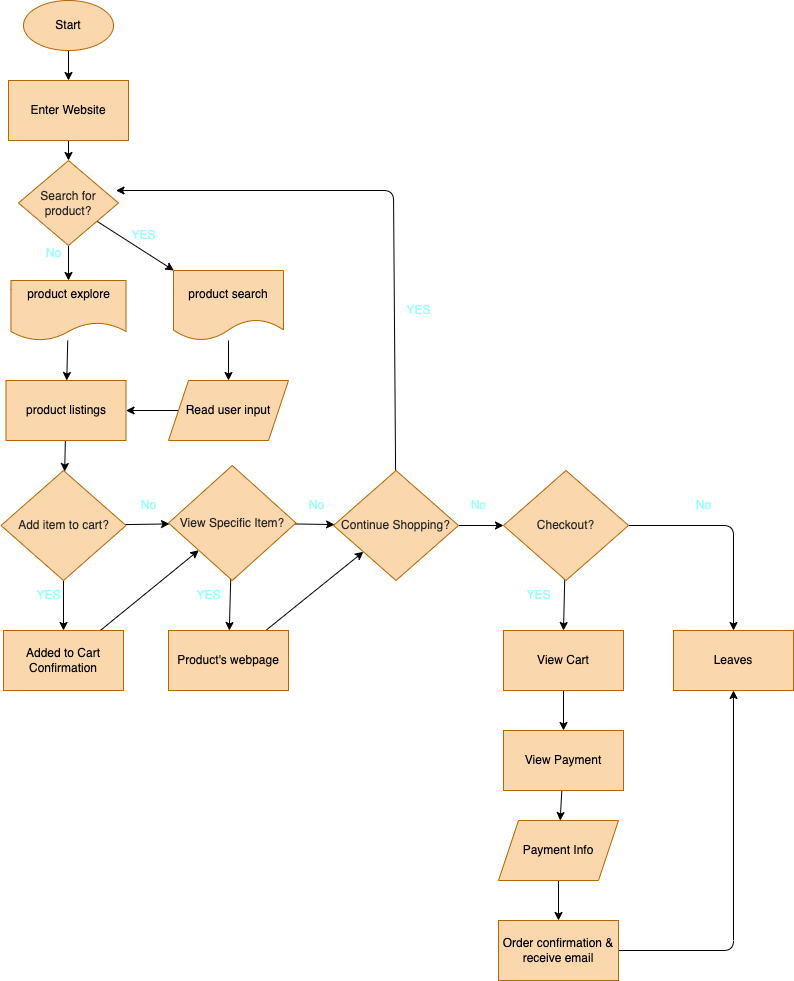
Earlier version of the draw.io export explore/diagramming/diagram.drawio.png (Jackson-Wang-0/fa22-cse110-lab4). Source tidied: cells renumbered, new cells last; positions are measured from the earlier drawing's top-left corner, leaving out a move shared by most shapes.
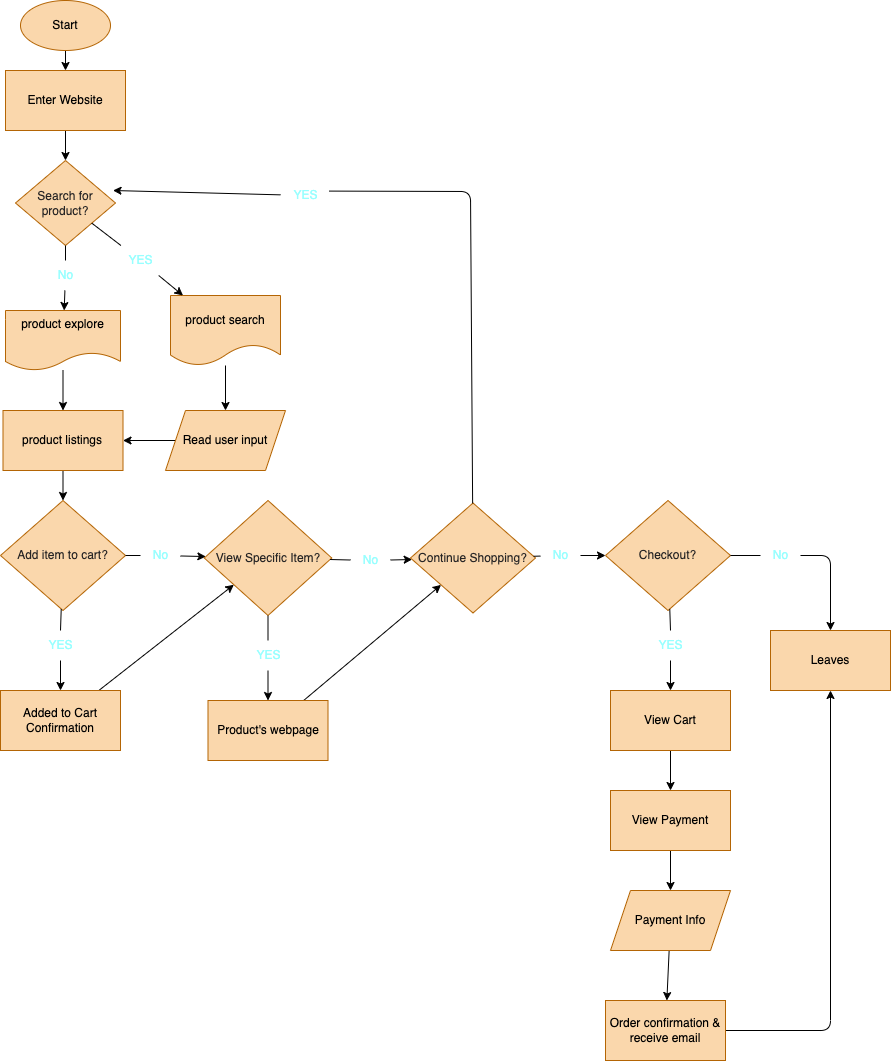
After the change.

What changed in the source:
```diff
@@ -12,157 +12,187 @@
       <mxGeometry relative="1" as="geometry" />
     </mxCell>
     <mxCell id="5" value="&lt;font color=&quot;#000000&quot;&gt;Enter Website&lt;/font&gt;" style="rounded=0;whiteSpace=wrap;html=1;fillColor=#fad7ac;strokeColor=#b46504;" parent="1" vertex="1">
-      <mxGeometry x="7" y="80" width="120" height="60" as="geometry" />
+      <mxGeometry x="7" y="70" width="120" height="60" as="geometry" />
     </mxCell>
     <mxCell id="6" style="edgeStyle=none;html=1;fontColor=#000000;" parent="1" edge="1" source="7" target="13">
       <mxGeometry relative="1" as="geometry" />
     </mxCell>
     <mxCell id="7" value="&lt;font color=&quot;#000000&quot;&gt;product explore&lt;br&gt;&lt;br&gt;&lt;/font&gt;" style="shape=document;whiteSpace=wrap;html=1;boundedLbl=1;fillColor=#fad7ac;strokeColor=#b46504;" parent="1" vertex="1">
-      <mxGeometry x="9.5" y="280" width="115" height="60" as="geometry" />
+      <mxGeometry x="7" y="310" width="115" height="60" as="geometry" />
     </mxCell>
     <mxCell id="8" style="edgeStyle=none;html=1;entryX=0.5;entryY=0;entryDx=0;entryDy=0;fontColor=#000000;" parent="1" edge="1" source="9" target="11">
       <mxGeometry relative="1" as="geometry" />
     </mxCell>
     <mxCell id="9" value="&lt;font color=&quot;#000000&quot;&gt;product search&lt;/font&gt;" style="shape=document;whiteSpace=wrap;html=1;boundedLbl=1;fillColor=#fad7ac;strokeColor=#b46504;" parent="1" vertex="1">
-      <mxGeometry x="172" y="270" width="110" height="70" as="geometry" />
+      <mxGeometry x="172" y="295" width="110" height="70" as="geometry" />
     </mxCell>
     <mxCell id="10" style="edgeStyle=none;html=1;fontColor=#FFFFFF;" parent="1" edge="1" source="11" target="13">
       <mxGeometry relative="1" as="geometry" />
     </mxCell>
     <mxCell id="11" value="&lt;font color=&quot;#000000&quot;&gt;Read user input&lt;br&gt;&lt;/font&gt;" style="shape=parallelogram;perimeter=parallelogramPerimeter;whiteSpace=wrap;html=1;fixedSize=1;fillColor=#fad7ac;strokeColor=#b46504;" parent="1" vertex="1">
-      <mxGeometry x="167" y="380" width="120" height="60" as="geometry" />
+      <mxGeometry x="167" y="410" width="120" height="60" as="geometry" />
     </mxCell>
     <mxCell id="12" style="edgeStyle=none;html=1;fontColor=#FFFFFF;" parent="1" edge="1" source="13" target="16">
       <mxGeometry relative="1" as="geometry" />
     </mxCell>
     <mxCell id="13" value="&lt;font color=&quot;#000000&quot;&gt;product listings&lt;/font&gt;" style="rounded=0;whiteSpace=wrap;html=1;fillColor=#fad7ac;strokeColor=#b46504;" parent="1" vertex="1">
-      <mxGeometry x="4.5" y="380" width="120" height="60" as="geometry" />
+      <mxGeometry x="4.5" y="410" width="120" height="60" as="geometry" />
     </mxCell>
-    <mxCell id="14" style="edgeStyle=none;html=1;fontColor=#FFFFFF;" parent="1" edge="1" source="16" target="19">
+    <mxCell id="14" style="edgeStyle=none;html=1;fontColor=#FFFFFF;startArrow=none;" parent="1" edge="1" source="24" target="19">
       <mxGeometry relative="1" as="geometry" />
     </mxCell>
-    <mxCell id="15" style="edgeStyle=none;html=1;entryX=0.5;entryY=0;entryDx=0;entryDy=0;fontColor=#FFFFFF;" parent="1" edge="1" source="16" target="26">
+    <mxCell id="15" style="edgeStyle=none;html=1;entryX=0.5;entryY=0;entryDx=0;entryDy=0;fontColor=#FFFFFF;startArrow=none;" parent="1" edge="1" source="20" target="26">
       <mxGeometry relative="1" as="geometry" />
     </mxCell>
     <mxCell id="16" value="Add item to cart?" style="rhombus;whiteSpace=wrap;html=1;fillColor=#fad7ac;strokeColor=#b46504;fontColor=#272525;" parent="1" vertex="1">
-      <mxGeometry x="-0.5" y="470" width="125" height="110" as="geometry" />
+      <mxGeometry x="2" y="500" width="125" height="110" as="geometry" />
     </mxCell>
-    <mxCell id="17" style="edgeStyle=none;html=1;fontColor=#FFFFFF;" parent="1" edge="1" source="19" target="23">
+    <mxCell id="17" style="edgeStyle=none;html=1;fontColor=#FFFFFF;startArrow=none;" parent="1" edge="1" source="27" target="23">
       <mxGeometry relative="1" as="geometry" />
     </mxCell>
-    <mxCell id="18" style="edgeStyle=none;html=1;fontColor=#FFFFFF;" parent="1" edge="1" source="19" target="29">
+    <mxCell id="18" style="edgeStyle=none;html=1;fontColor=#FFFFFF;startArrow=none;" parent="1" edge="1" source="30" target="29">
       <mxGeometry relative="1" as="geometry" />
     </mxCell>
     <mxCell id="19" value="View Specific Item?" style="rhombus;whiteSpace=wrap;html=1;fillColor=#fad7ac;strokeColor=#b46504;fontColor=#272525;" parent="1" vertex="1">
-      <mxGeometry x="167" y="465" width="127.5" height="115" as="geometry" />
+      <mxGeometry x="205.8" y="500" width="127.5" height="115" as="geometry" />
     </mxCell>
-    <mxCell id="20" value="&lt;font&gt;YES&lt;/font&gt;" style="text;html=1;align=center;verticalAlign=middle;points=[];strokeColor=none;fillColor=none;fontColor=#99FFFF;" parent="1" vertex="1">
-      <mxGeometry x="22" y="580" width="50" height="30" as="geometry" />
-    </mxCell>
-    <mxCell id="21" style="edgeStyle=none;html=1;entryX=0.975;entryY=0.353;entryDx=0;entryDy=0;entryPerimeter=0;fontColor=#FFFFFF;" parent="1" edge="1" source="23" target="33">
-      <mxGeometry relative="1" as="geometry">
-        <Array as="points">
-          <mxPoint x="392" y="190" />
-        </Array>
-      </mxGeometry>
+    <mxCell id="21" style="edgeStyle=none;html=1;entryX=0.975;entryY=0.353;entryDx=0;entryDy=0;entryPerimeter=0;fontColor=#FFFFFF;startArrow=none;" parent="1" edge="1" source="36" target="33">
+      <mxGeometry relative="1" as="geometry" />
     </mxCell>
-    <mxCell id="22" style="edgeStyle=none;html=1;fontColor=#FFFFFF;" parent="1" edge="1" source="23" target="39">
+    <mxCell id="22" style="edgeStyle=none;html=1;fontColor=#FFFFFF;startArrow=none;" parent="1" edge="1" source="40" target="39">
       <mxGeometry relative="1" as="geometry" />
     </mxCell>
     <mxCell id="23" value="Continue Shopping?" style="rhombus;whiteSpace=wrap;html=1;fillColor=#fad7ac;strokeColor=#b46504;fontColor=#272525;" parent="1" vertex="1">
-      <mxGeometry x="332" y="470" width="125" height="110" as="geometry" />
+      <mxGeometry x="412" y="502.5" width="125" height="110" as="geometry" />
     </mxCell>
-    <mxCell id="24" value="No" style="text;html=1;align=center;verticalAlign=middle;points=[];strokeColor=none;fillColor=none;fontColor=#99FFFF;" parent="1" vertex="1">
-      <mxGeometry x="127" y="490" width="40" height="30" as="geometry" />
-    </mxCell>
     <mxCell id="25" style="edgeStyle=none;html=1;fontColor=#FFFFFF;" parent="1" edge="1" source="26" target="19">
       <mxGeometry relative="1" as="geometry" />
     </mxCell>
     <mxCell id="26" value="&lt;font color=&quot;#000000&quot;&gt;Added to Cart Confirmation&lt;/font&gt;" style="rounded=0;whiteSpace=wrap;html=1;fillColor=#fad7ac;strokeColor=#b46504;" parent="1" vertex="1">
-      <mxGeometry x="2" y="630" width="120" height="60" as="geometry" />
+      <mxGeometry x="2" y="690" width="120" height="60" as="geometry" />
     </mxCell>
-    <mxCell id="27" value="No" style="text;html=1;align=center;verticalAlign=middle;points=[];strokeColor=none;fillColor=none;fontColor=#99FFFF;" parent="1" vertex="1">
-      <mxGeometry x="294.5" y="490" width="40" height="30" as="geometry" />
-    </mxCell>
     <mxCell id="28" style="edgeStyle=none;html=1;fontColor=#FFFFFF;" parent="1" edge="1" source="29" target="23">
       <mxGeometry relative="1" as="geometry" />
     </mxCell>
     <mxCell id="29" value="&lt;font color=&quot;#000000&quot;&gt;Product's webpage&lt;br&gt;&lt;/font&gt;" style="rounded=0;whiteSpace=wrap;html=1;fillColor=#fad7ac;strokeColor=#b46504;" parent="1" vertex="1">
-      <mxGeometry x="167" y="630" width="120" height="60" as="geometry" />
+      <mxGeometry x="209.5" y="700" width="120" height="60" as="geometry" />
     </mxCell>
-    <mxCell id="30" value="&lt;font&gt;YES&lt;/font&gt;" style="text;html=1;align=center;verticalAlign=middle;points=[];strokeColor=none;fillColor=none;fontColor=#99FFFF;" parent="1" vertex="1">
-      <mxGeometry x="182" y="580" width="50" height="30" as="geometry" />
-    </mxCell>
-    <mxCell id="31" style="edgeStyle=none;html=1;fontColor=#FFFFFF;" parent="1" edge="1" source="33" target="7">
+    <mxCell id="31" style="edgeStyle=none;html=1;fontColor=#FFFFFF;startArrow=none;" parent="1" edge="1" source="34" target="7">
       <mxGeometry relative="1" as="geometry" />
     </mxCell>
-    <mxCell id="32" style="edgeStyle=none;html=1;fontColor=#FFFFFF;" parent="1" edge="1" source="33" target="9">
+    <mxCell id="32" style="edgeStyle=none;html=1;fontColor=#FFFFFF;startArrow=none;" parent="1" edge="1" source="35" target="9">
       <mxGeometry relative="1" as="geometry" />
     </mxCell>
     <mxCell id="33" value="Search for product?" style="rhombus;whiteSpace=wrap;html=1;fillColor=#fad7ac;strokeColor=#b46504;fontColor=#272525;" parent="1" vertex="1">
       <mxGeometry x="17" y="160" width="100" height="85" as="geometry" />
     </mxCell>
-    <mxCell id="34" value="No" style="text;html=1;align=center;verticalAlign=middle;points=[];strokeColor=none;fillColor=none;fontColor=#99FFFF;" parent="1" vertex="1">
-      <mxGeometry x="32" y="237.5" width="40" height="30" as="geometry" />
-    </mxCell>
-    <mxCell id="35" value="&lt;font&gt;YES&lt;/font&gt;" style="text;html=1;align=center;verticalAlign=middle;points=[];strokeColor=none;fillColor=none;fontColor=#99FFFF;" parent="1" vertex="1">
-      <mxGeometry x="117" y="220" width="50" height="30" as="geometry" />
-    </mxCell>
-    <mxCell id="36" value="&lt;font&gt;YES&lt;/font&gt;" style="text;html=1;align=center;verticalAlign=middle;points=[];strokeColor=none;fillColor=none;fontColor=#99FFFF;" parent="1" vertex="1">
-      <mxGeometry x="392" y="295" width="50" height="30" as="geometry" />
-    </mxCell>
-    <mxCell id="37" style="edgeStyle=none;html=1;fontColor=#FFFFFF;" parent="1" edge="1" source="39" target="41">
+    <mxCell id="37" style="edgeStyle=none;html=1;fontColor=#FFFFFF;startArrow=none;" parent="1" edge="1" source="42" target="41">
       <mxGeometry relative="1" as="geometry">
         <Array as="points">
-          <mxPoint x="732" y="525" />
+          <mxPoint x="832" y="555" />
         </Array>
       </mxGeometry>
     </mxCell>
-    <mxCell id="38" style="edgeStyle=none;html=1;entryX=0.5;entryY=0;entryDx=0;entryDy=0;fontColor=#FFFFFF;" parent="1" edge="1" source="39" target="44">
+    <mxCell id="38" style="edgeStyle=none;html=1;entryX=0.5;entryY=0;entryDx=0;entryDy=0;fontColor=#FFFFFF;startArrow=none;" parent="1" edge="1" source="45" target="44">
       <mxGeometry relative="1" as="geometry" />
     </mxCell>
     <mxCell id="39" value="Checkout?" style="rhombus;whiteSpace=wrap;html=1;fillColor=#fad7ac;strokeColor=#b46504;fontColor=#272525;" parent="1" vertex="1">
-      <mxGeometry x="502" y="470" width="125" height="110" as="geometry" />
+      <mxGeometry x="607" y="500" width="125" height="110" as="geometry" />
     </mxCell>
-    <mxCell id="40" value="No" style="text;html=1;align=center;verticalAlign=middle;points=[];strokeColor=none;fillColor=none;fontColor=#99FFFF;labelBackgroundColor=default;" parent="1" vertex="1">
-      <mxGeometry x="457" y="490" width="40" height="30" as="geometry" />
-    </mxCell>
     <mxCell id="41" value="&lt;font color=&quot;#000000&quot;&gt;Leaves&lt;br&gt;&lt;/font&gt;" style="rounded=0;whiteSpace=wrap;html=1;fillColor=#fad7ac;strokeColor=#b46504;" parent="1" vertex="1">
-      <mxGeometry x="672" y="630" width="120" height="60" as="geometry" />
+      <mxGeometry x="772" y="630" width="120" height="60" as="geometry" />
     </mxCell>
-    <mxCell id="42" value="No" style="text;html=1;align=center;verticalAlign=middle;points=[];strokeColor=none;fillColor=none;fontColor=#99FFFF;" parent="1" vertex="1">
-      <mxGeometry x="682" y="490" width="40" height="30" as="geometry" />
-    </mxCell>
     <mxCell id="43" style="edgeStyle=none;html=1;entryX=0.5;entryY=0;entryDx=0;entryDy=0;fontColor=#FFFFFF;" parent="1" edge="1" source="44" target="47">
       <mxGeometry relative="1" as="geometry" />
     </mxCell>
     <mxCell id="44" value="&lt;font color=&quot;#000000&quot;&gt;View Cart&lt;br&gt;&lt;/font&gt;" style="rounded=0;whiteSpace=wrap;html=1;fillColor=#fad7ac;strokeColor=#b46504;" parent="1" vertex="1">
-      <mxGeometry x="502" y="630" width="120" height="60" as="geometry" />
+      <mxGeometry x="612" y="690" width="120" height="60" as="geometry" />
     </mxCell>
-    <mxCell id="45" value="&lt;font&gt;YES&lt;/font&gt;" style="text;html=1;align=center;verticalAlign=middle;points=[];strokeColor=none;fillColor=none;fontColor=#99FFFF;" parent="1" vertex="1">
-      <mxGeometry x="512" y="580" width="50" height="30" as="geometry" />
-    </mxCell>
     <mxCell id="46" style="edgeStyle=none;html=1;fontColor=#FFFFFF;" parent="1" edge="1" source="47" target="49">
       <mxGeometry relative="1" as="geometry" />
     </mxCell>
     <mxCell id="47" value="&lt;font color=&quot;#000000&quot;&gt;View Payment&lt;br&gt;&lt;/font&gt;" style="rounded=0;whiteSpace=wrap;html=1;fillColor=#fad7ac;strokeColor=#b46504;" parent="1" vertex="1">
-      <mxGeometry x="502" y="730" width="120" height="60" as="geometry" />
+      <mxGeometry x="612" y="790" width="120" height="60" as="geometry" />
     </mxCell>
     <mxCell id="48" style="edgeStyle=none;html=1;fontColor=#FFFFFF;" parent="1" edge="1" source="49" target="51">
       <mxGeometry relative="1" as="geometry" />
     </mxCell>
     <mxCell id="49" value="&lt;font color=&quot;#000000&quot;&gt;Payment Info&lt;br&gt;&lt;/font&gt;" style="shape=parallelogram;perimeter=parallelogramPerimeter;whiteSpace=wrap;html=1;fixedSize=1;fillColor=#fad7ac;strokeColor=#b46504;" parent="1" vertex="1">
-      <mxGeometry x="497" y="820" width="120" height="60" as="geometry" />
+      <mxGeometry x="612" y="890" width="120" height="60" as="geometry" />
     </mxCell>
     <mxCell id="50" style="edgeStyle=none;html=1;entryX=0.5;entryY=1;entryDx=0;entryDy=0;fontColor=#FFFFFF;" parent="1" edge="1" source="51" target="41">
       <mxGeometry relative="1" as="geometry">
         <Array as="points">
-          <mxPoint x="732" y="950" />
+          <mxPoint x="832" y="1030" />
         </Array>
       </mxGeometry>
     </mxCell>
     <mxCell id="51" value="&lt;font color=&quot;#000000&quot;&gt;Order confirmation &amp;amp; receive email&lt;br&gt;&lt;/font&gt;" style="rounded=0;whiteSpace=wrap;html=1;fillColor=#fad7ac;strokeColor=#b46504;" parent="1" vertex="1">
-      <mxGeometry x="497" y="920" width="120" height="60" as="geometry" />
+      <mxGeometry x="607" y="1000" width="120" height="60" as="geometry" />
     </mxCell>
+    <mxCell id="52" style="edgeStyle=none;html=1;fontColor=#FFFFFF;endArrow=none;" parent="1" edge="1" source="33" target="34">
+      <mxGeometry relative="1" as="geometry" />
+    </mxCell>
+    <mxCell id="34" value="No" style="text;html=1;align=center;verticalAlign=middle;points=[];strokeColor=none;fillColor=none;fontColor=#99FFFF;" parent="1" vertex="1">
+      <mxGeometry x="47" y="260" width="40" height="30" as="geometry" />
+    </mxCell>
+    <mxCell id="53" style="edgeStyle=none;html=1;fontColor=#FFFFFF;endArrow=none;" parent="1" edge="1" source="33" target="35">
+      <mxGeometry relative="1" as="geometry" />
+    </mxCell>
+    <mxCell id="35" value="&lt;font&gt;YES&lt;/font&gt;" style="text;html=1;align=center;verticalAlign=middle;points=[];strokeColor=none;fillColor=none;fontColor=#99FFFF;" parent="1" vertex="1">
+      <mxGeometry x="117" y="245" width="50" height="30" as="geometry" />
+    </mxCell>
+    <mxCell id="54" style="edgeStyle=none;html=1;fontColor=#FFFFFF;endArrow=none;" parent="1" edge="1" source="19" target="30">
+      <mxGeometry relative="1" as="geometry" />
+    </mxCell>
+    <mxCell id="30" value="&lt;font&gt;YES&lt;/font&gt;" style="text;html=1;align=center;verticalAlign=middle;points=[];strokeColor=none;fillColor=none;fontColor=#99FFFF;" parent="1" vertex="1">
+      <mxGeometry x="244.5" y="640" width="50" height="30" as="geometry" />
+    </mxCell>
+    <mxCell id="55" style="edgeStyle=none;html=1;fontColor=#FFFFFF;endArrow=none;" parent="1" edge="1" source="16" target="24">
+      <mxGeometry relative="1" as="geometry" />
+    </mxCell>
+    <mxCell id="24" value="No" style="text;html=1;align=center;verticalAlign=middle;points=[];strokeColor=none;fillColor=none;fontColor=#99FFFF;" parent="1" vertex="1">
+      <mxGeometry x="142" y="540" width="40" height="30" as="geometry" />
+    </mxCell>
+    <mxCell id="56" style="edgeStyle=none;html=1;fontColor=#FFFFFF;endArrow=none;" parent="1" edge="1" source="19" target="27">
+      <mxGeometry relative="1" as="geometry" />
+    </mxCell>
+    <mxCell id="27" value="No" style="text;html=1;align=center;verticalAlign=middle;points=[];strokeColor=none;fillColor=none;fontColor=#99FFFF;" parent="1" vertex="1">
+      <mxGeometry x="352" y="545" width="40" height="30" as="geometry" />
+    </mxCell>
+    <mxCell id="57" style="edgeStyle=none;html=1;entryX=0.5;entryY=0;entryDx=0;entryDy=0;fontColor=#FFFFFF;endArrow=none;" parent="1" edge="1" source="39" target="45">
+      <mxGeometry relative="1" as="geometry" />
+    </mxCell>
+    <mxCell id="45" value="&lt;font&gt;YES&lt;/font&gt;" style="text;html=1;align=center;verticalAlign=middle;points=[];strokeColor=none;fillColor=none;fontColor=#99FFFF;" parent="1" vertex="1">
+      <mxGeometry x="647" y="630" width="50" height="30" as="geometry" />
+    </mxCell>
+    <mxCell id="58" style="edgeStyle=none;html=1;fontColor=#FFFFFF;endArrow=none;" parent="1" edge="1" source="23" target="40">
+      <mxGeometry relative="1" as="geometry" />
+    </mxCell>
+    <mxCell id="40" value="No" style="text;html=1;align=center;verticalAlign=middle;points=[];strokeColor=none;fillColor=none;fontColor=#99FFFF;labelBackgroundColor=default;" parent="1" vertex="1">
+      <mxGeometry x="542" y="540" width="40" height="30" as="geometry" />
+    </mxCell>
+    <mxCell id="59" style="edgeStyle=none;html=1;fontColor=#FFFFFF;endArrow=none;" parent="1" edge="1" source="39" target="42">
+      <mxGeometry relative="1" as="geometry" />
+    </mxCell>
+    <mxCell id="42" value="No" style="text;html=1;align=center;verticalAlign=middle;points=[];strokeColor=none;fillColor=none;fontColor=#99FFFF;" parent="1" vertex="1">
+      <mxGeometry x="762" y="540" width="40" height="30" as="geometry" />
+    </mxCell>
+    <mxCell id="60" style="edgeStyle=none;html=1;entryX=0.975;entryY=0.353;entryDx=0;entryDy=0;entryPerimeter=0;fontColor=#FFFFFF;endArrow=none;" parent="1" edge="1" source="23" target="36">
+      <mxGeometry relative="1" as="geometry">
+        <Array as="points">
+          <mxPoint x="472" y="191" />
+        </Array>
+      </mxGeometry>
+    </mxCell>
+    <mxCell id="36" value="&lt;font&gt;YES&lt;/font&gt;" style="text;html=1;align=center;verticalAlign=middle;points=[];strokeColor=none;fillColor=none;fontColor=#99FFFF;" parent="1" vertex="1">
+      <mxGeometry x="282" y="180" width="50" height="30" as="geometry" />
+    </mxCell>
+    <mxCell id="61" style="edgeStyle=none;html=1;entryX=0.5;entryY=0;entryDx=0;entryDy=0;fontColor=#FFFFFF;endArrow=none;" parent="1" edge="1" source="16" target="20">
+      <mxGeometry relative="1" as="geometry" />
+    </mxCell>
+    <mxCell id="20" value="&lt;font&gt;YES&lt;/font&gt;" style="text;html=1;align=center;verticalAlign=middle;points=[];strokeColor=none;fillColor=none;fontColor=#99FFFF;" parent="1" vertex="1">
+      <mxGeometry x="37" y="630" width="50" height="30" as="geometry" />
+    </mxCell>
   </root>
 </mxGraphModel>
```
